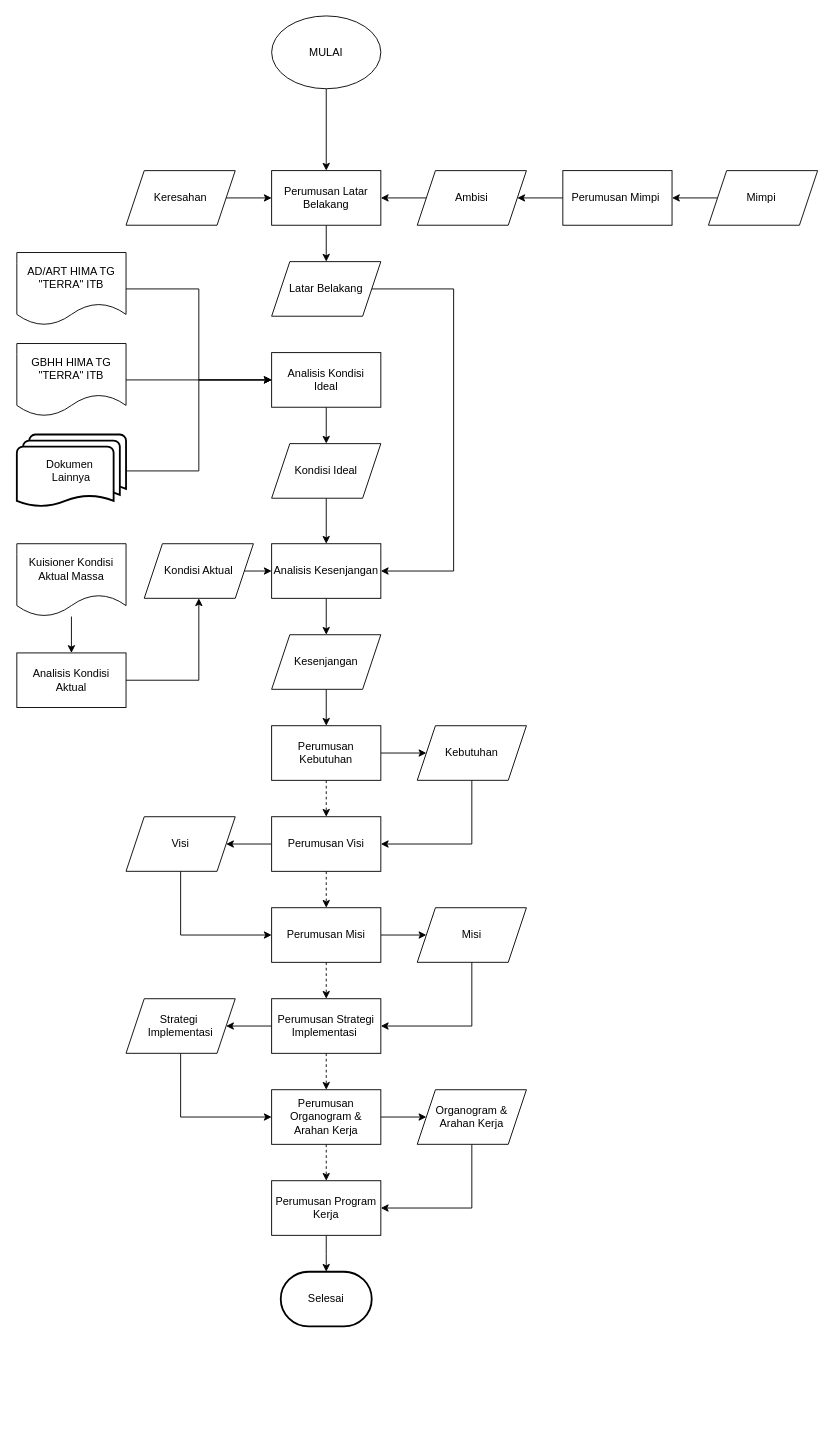
This is Untitled Diagram.drawio from FikriHNF/FlowChart, a draw.io file, before an edit. Source tidied: cells renumbered, new cells numbered last; positions are measured from the earlier drawing's top-left corner, leaving out a move shared by most shapes. Both pictures are drawn from the tidied source at 91%, with x=0, y=0 at pixel (16, 15).
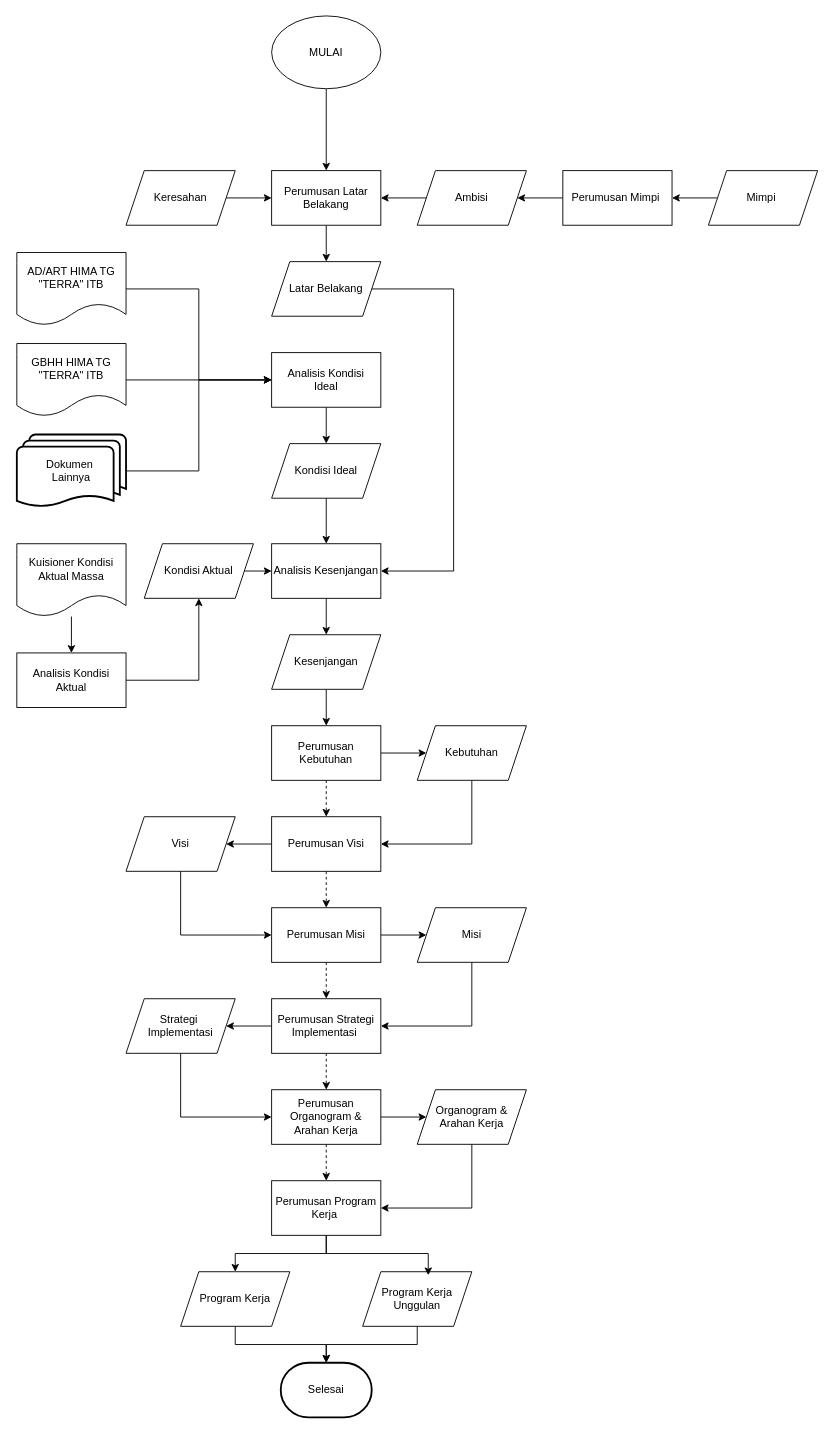
The same page after the edit.

The edit, as a diff of the source:
```diff
@@
-    <mxCell id="61" style="edgeStyle=orthogonalEdgeStyle;rounded=0;jettySize=auto;html=1;" parent="1" edge="1" source="62">
-      <mxGeometry relative="1" as="geometry">
-        <mxPoint x="340" y="1380" as="targetPoint" />
-      </mxGeometry>
-    </mxCell>
+    <mxCell id="64" style="edgeStyle=orthogonalEdgeStyle;rounded=0;jettySize=auto;html=1;" parent="1" edge="1" source="62" target="66">
+      <mxGeometry relative="1" as="geometry" />
+    </mxCell>
-    <mxCell id="62" value="Perumusan Program Kerja" style="whiteSpace=wrap;html=1;" parent="1" vertex="1">
+    <mxCell id="62" value="Perumusan Program Kerja&amp;nbsp;" style="whiteSpace=wrap;html=1;" parent="1" vertex="1">
       <mxGeometry x="280" y="1280" width="120" height="60" as="geometry" />
     </mxCell>
     <mxCell id="63" value="Selesai" style="strokeWidth=2;html=1;shape=mxgraph.flowchart.terminator;whiteSpace=wrap;" parent="1" vertex="1">
-      <mxGeometry x="290" y="1380" width="100" height="60" as="geometry" />
+      <mxGeometry x="290" y="1480" width="100" height="60" as="geometry" />
     </mxCell>
+    <mxCell id="65" style="edgeStyle=orthogonalEdgeStyle;rounded=0;jettySize=auto;html=1;" parent="1" edge="1" source="66" target="63">
+      <mxGeometry relative="1" as="geometry" />
+    </mxCell>
+    <mxCell id="66" value="Program Kerja" style="shape=parallelogram;perimeter=parallelogramPerimeter;whiteSpace=wrap;html=1;fixedSize=1;" parent="1" vertex="1">
+      <mxGeometry x="180" y="1380" width="120" height="60" as="geometry" />
+    </mxCell>
+    <mxCell id="67" value="Program Kerja&lt;div&gt;Unggulan&lt;/div&gt;" style="shape=parallelogram;perimeter=parallelogramPerimeter;whiteSpace=wrap;html=1;fixedSize=1;" parent="1" vertex="1">
+      <mxGeometry x="380" y="1380" width="120" height="60" as="geometry" />
+    </mxCell>
+    <mxCell id="68" style="edgeStyle=orthogonalEdgeStyle;rounded=0;jettySize=auto;html=1;entryX=0.601;entryY=0.064;entryDx=0;entryDy=0;entryPerimeter=0;" parent="1" edge="1" source="62" target="67">
+      <mxGeometry relative="1" as="geometry" />
+    </mxCell>
+    <mxCell id="69" style="edgeStyle=orthogonalEdgeStyle;rounded=0;jettySize=auto;html=1;entryX=0.5;entryY=0;entryDx=0;entryDy=0;entryPerimeter=0;" parent="1" edge="1" source="67" target="63">
+      <mxGeometry relative="1" as="geometry" />
+    </mxCell>
```
